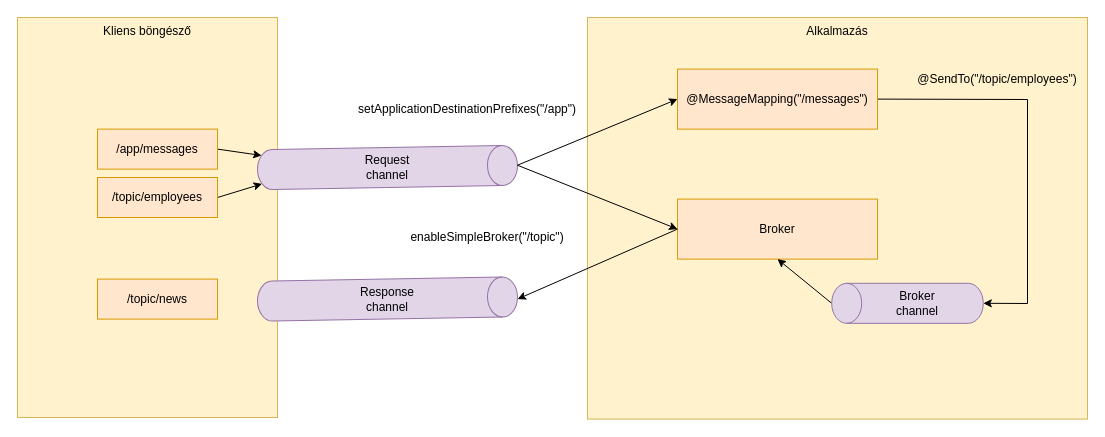
Above: images/stomp.drawio in Training360/javax-spr2-2021-06-21 (draw.io), before the change. Source tidied: cells renumbered, new cells numbered last; positions are measured from the earlier drawing's top-left corner, leaving out a move shared by most shapes. Both pictures are drawn from the tidied source at 100%, with x=0, y=0 at pixel (17, 17).
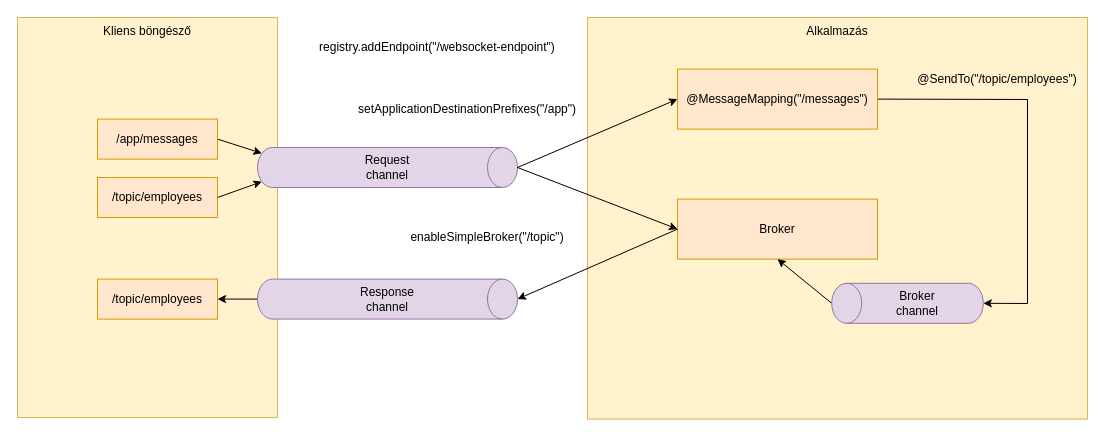
Above is the later version.

Commit message (it also covers changes not shown here):
Kép javítások

The edit, as a diff of the source:
```diff
@@
-    <mxCell id="3" style="shape=cylinder3;whiteSpace=wrap;html=1;boundedLbl=1;backgroundOutline=1;size=15;rotation=89;fillColor=#e1d5e7;strokeColor=#9673a6;" parent="1" vertex="1">
+    <mxCell id="3" style="shape=cylinder3;whiteSpace=wrap;html=1;boundedLbl=1;backgroundOutline=1;size=15;rotation=90;fillColor=#e1d5e7;strokeColor=#9673a6;" parent="1" vertex="1">
       <mxGeometry x="350" y="20" width="40" height="260" as="geometry" />
     </mxCell>
@@
     <mxCell id="6" value="/app/messages" style="rounded=0;whiteSpace=wrap;html=1;fillColor=#ffe6cc;strokeColor=#d79b00;" parent="1" vertex="1">
-      <mxGeometry x="80" y="111.6" width="120" height="40" as="geometry" />
+      <mxGeometry x="80" y="101.6" width="120" height="40" as="geometry" />
     </mxCell>
@@
+    <mxCell id="26" style="rounded=0;jettySize=auto;html=1;exitX=0.5;exitY=1;exitDx=0;exitDy=0;exitPerimeter=0;" parent="1" edge="1" source="9" target="11">
+      <mxGeometry relative="1" as="geometry" />
+    </mxCell>
-    <mxCell id="9" style="shape=cylinder3;whiteSpace=wrap;html=1;boundedLbl=1;backgroundOutline=1;size=15;rotation=89;fillColor=#e1d5e7;strokeColor=#9673a6;" parent="1" vertex="1">
+    <mxCell id="9" style="shape=cylinder3;whiteSpace=wrap;html=1;boundedLbl=1;backgroundOutline=1;size=15;rotation=90;fillColor=#e1d5e7;strokeColor=#9673a6;" parent="1" vertex="1">
       <mxGeometry x="350" y="151.6" width="40" height="260" as="geometry" />
     </mxCell>
@@
-    <mxCell id="11" value="/topic/news" style="rounded=0;whiteSpace=wrap;html=1;fillColor=#ffe6cc;strokeColor=#d79b00;" parent="1" vertex="1">
+    <mxCell id="11" value="/topic/employees" style="rounded=0;whiteSpace=wrap;html=1;fillColor=#ffe6cc;strokeColor=#d79b00;" parent="1" vertex="1">
       <mxGeometry x="80" y="261.6" width="120" height="40" as="geometry" />
     </mxCell>
@@
+    <mxCell id="27" value="registry.addEndpoint(&quot;/websocket-endpoint&quot;)" style="text;html=1;strokeColor=none;fillColor=none;align=center;verticalAlign=middle;whiteSpace=wrap;rounded=0;" parent="1" vertex="1">
+      <mxGeometry x="290" y="20" width="260" height="20" as="geometry" />
+    </mxCell>
```
